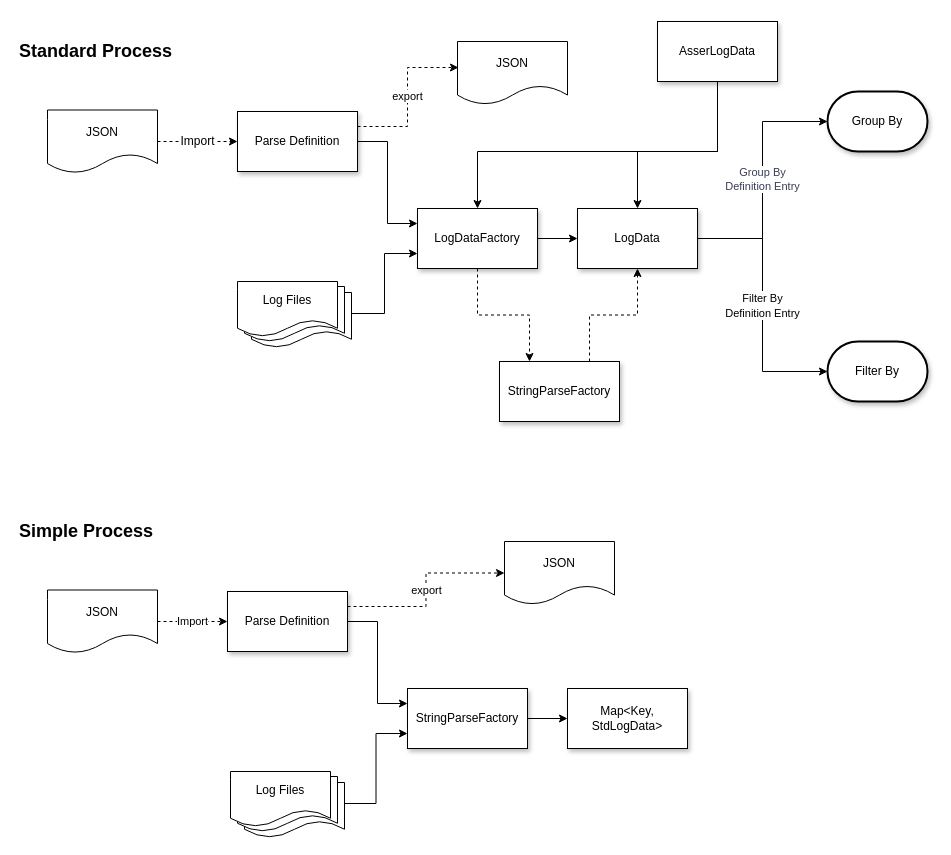
Above: page "Processes" (2 of 3) of diagrams/Log_Parser.drawio in adobe/log-parser (draw.io), before the change. Source tidied: cells renumbered, new cells numbered last; positions are measured from the earlier drawing's top-left corner, leaving out a move shared by most shapes. Both pictures are drawn from the tidied source at 100%, with x=0, y=0 at pixel (17, 21).
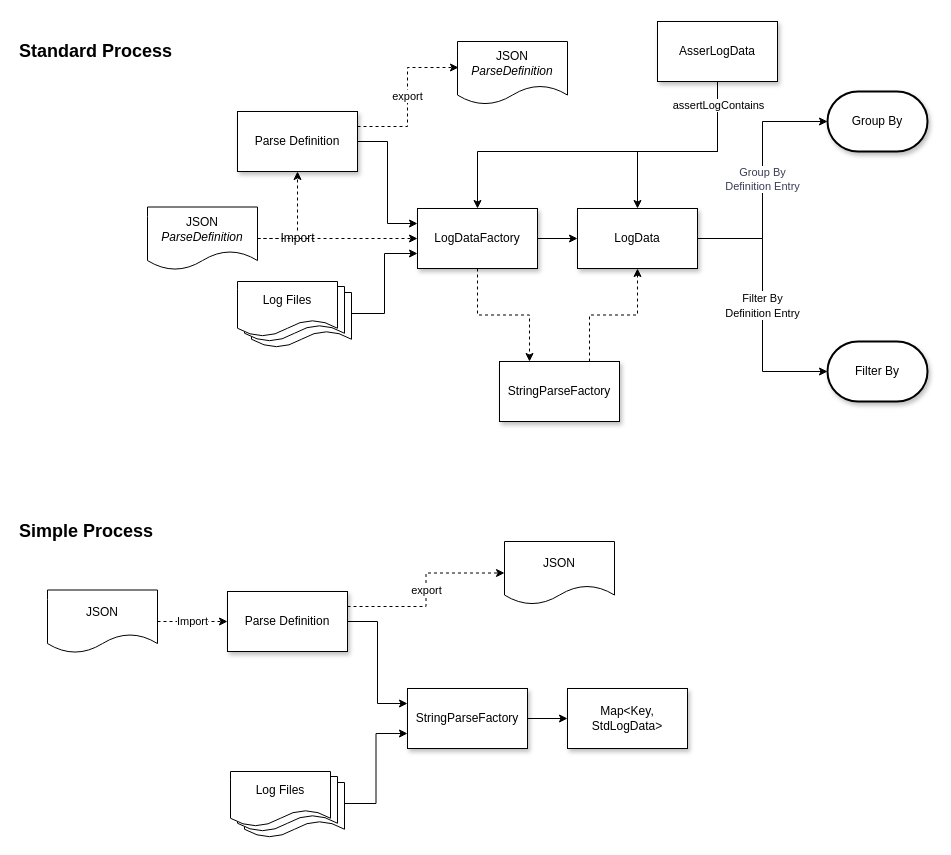
The same diagram, later.

Unchanged cells that the change refers to:
```xml
<mxCell id="4" value="Parse Definition" style="rounded=0;whiteSpace=wrap;html=1;shadow=1;labelBackgroundColor=#FFFFFF;" parent="1" vertex="1">
  <mxGeometry x="220" y="90" width="120" height="60" as="geometry" />
</mxCell>
<mxCell id="6" value="LogDataFactory" style="rounded=0;whiteSpace=wrap;html=1;shadow=1;labelBackgroundColor=#FFFFFF;" parent="1" vertex="1">
  <mxGeometry x="400" y="187" width="120" height="60" as="geometry" />
</mxCell>
<mxCell id="42" style="edgeStyle=orthogonalEdgeStyle;rounded=0;jettySize=auto;html=1;exitX=0.5;exitY=1;exitDx=0;exitDy=0;entryX=0.5;entryY=0;entryDx=0;entryDy=0;" parent="1" edge="1" source="43" target="11">
  <mxGeometry relative="1" as="geometry">
    <Array as="points">
      <mxPoint x="700" y="130" />
      <mxPoint x="620" y="130" />
    </Array>
  </mxGeometry>
</mxCell>
```

The edit, as a diff of the source:
```diff
@@
-    <mxCell id="34" value="Import" style="edgeStyle=orthogonalEdgeStyle;rounded=0;jettySize=auto;html=1;exitX=1;exitY=0.5;exitDx=0;exitDy=0;entryX=0;entryY=0.5;entryDx=0;entryDy=0;labelBackgroundColor=#FFFFFF;strokeColor=#000000;fontSize=12;dashed=1;" parent="1" edge="1" source="35" target="4">
-      <mxGeometry relative="1" as="geometry" />
+    <mxCell id="34" value="Import" style="edgeStyle=orthogonalEdgeStyle;rounded=0;jettySize=auto;html=1;exitX=1;exitY=0.5;exitDx=0;exitDy=0;entryX=0.5;entryY=1;entryDx=0;entryDy=0;labelBackgroundColor=#FFFFFF;strokeColor=#000000;fontSize=12;dashed=1;" parent="1" edge="1" source="35" target="4">
+      <mxGeometry x="-0.26" relative="1" as="geometry" />
     </mxCell>
-    <mxCell id="35" value="JSON" style="shape=document;whiteSpace=wrap;html=1;boundedLbl=1;labelBackgroundColor=#FFFFFF;strokeColor=#000000;fillColor=#FFFFFF;fontSize=12;align=center;" parent="1" vertex="1">
-      <mxGeometry x="30" y="88.5" width="110" height="63" as="geometry" />
+    <mxCell id="35" value="JSON&lt;br&gt;&lt;i&gt;ParseDefinition&lt;/i&gt;" style="shape=document;whiteSpace=wrap;html=1;boundedLbl=1;labelBackgroundColor=#FFFFFF;strokeColor=#000000;fillColor=#FFFFFF;fontSize=12;align=center;" parent="1" vertex="1">
+      <mxGeometry x="130" y="185.5" width="110" height="63" as="geometry" />
     </mxCell>
@@
-    <mxCell id="40" value="JSON" style="shape=document;whiteSpace=wrap;html=1;boundedLbl=1;labelBackgroundColor=#FFFFFF;strokeColor=#000000;fillColor=#FFFFFF;fontSize=12;align=center;" parent="1" vertex="1">
+    <mxCell id="40" value="JSON&lt;br&gt;&lt;i&gt;ParseDefinition&lt;/i&gt;" style="shape=document;whiteSpace=wrap;html=1;boundedLbl=1;labelBackgroundColor=#FFFFFF;strokeColor=#000000;fillColor=#FFFFFF;fontSize=12;align=center;" parent="1" vertex="1">
       <mxGeometry x="440" y="20" width="110" height="63" as="geometry" />
     </mxCell>
@@
+    <mxCell id="44" value="assertLogContains" style="edgeLabel;html=1;align=center;verticalAlign=middle;" parent="42" vertex="1">
+      <mxGeometry x="-0.66" y="1" relative="1" as="geometry">
+        <mxPoint x="-1" y="-12" as="offset" />
+      </mxGeometry>
+    </mxCell>
@@
+    <mxCell id="45" style="edgeStyle=orthogonalEdgeStyle;rounded=0;jettySize=auto;html=1;exitX=1;exitY=0.5;exitDx=0;exitDy=0;entryX=0;entryY=0.5;entryDx=0;entryDy=0;labelBackgroundColor=#FFFFFF;strokeColor=#000000;fontSize=12;dashed=1;" parent="1" edge="1" source="35" target="6">
+      <mxGeometry relative="1" as="geometry" />
+    </mxCell>
```
